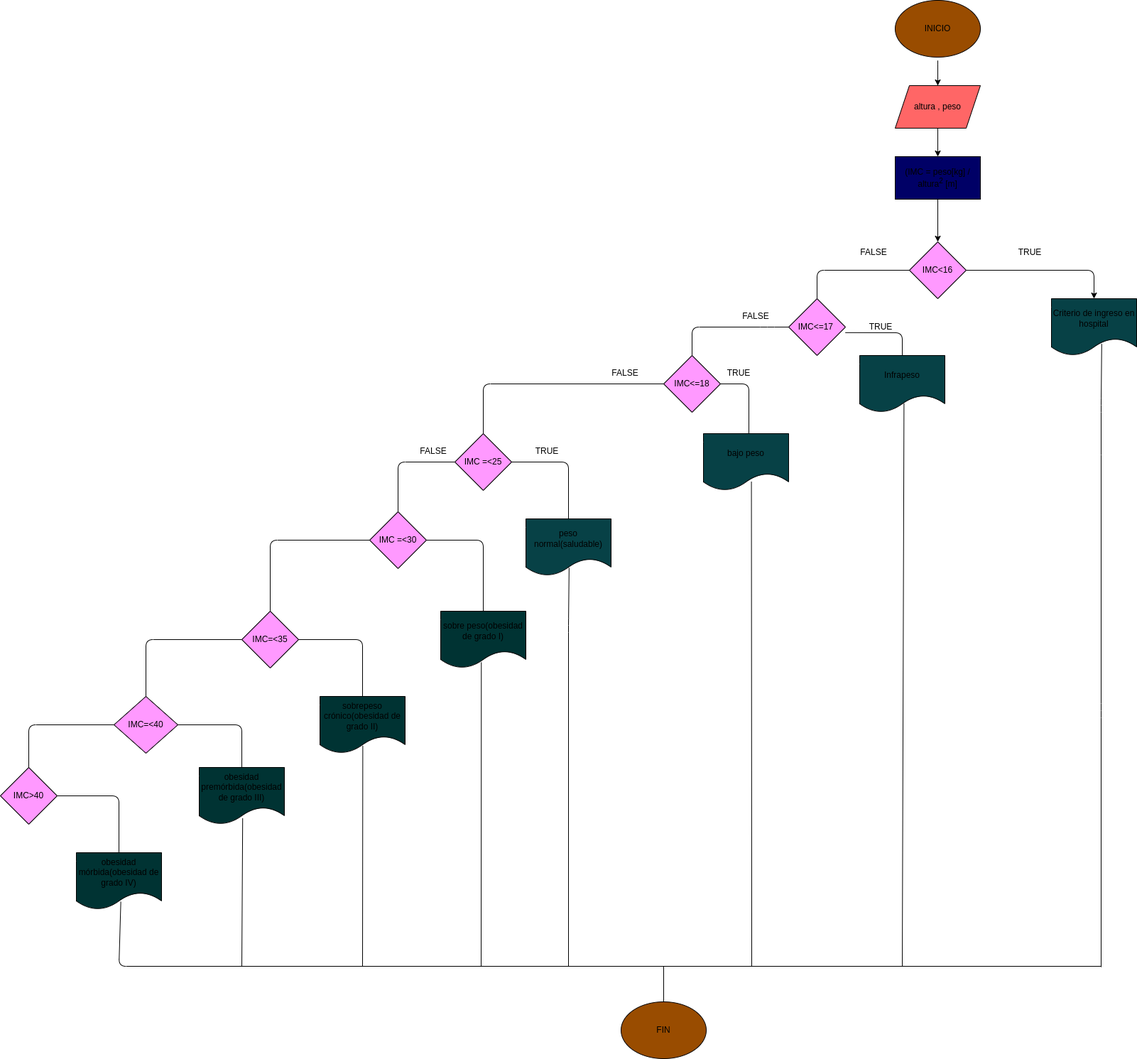
Before: ejercicio4/diagrama.png, a diagram exported from draw.io (3ngela27/taller_condicionales). Source tidied: cells renumbered, new cells last; positions are measured from the earlier drawing's top-left corner, leaving out a move shared by most shapes.
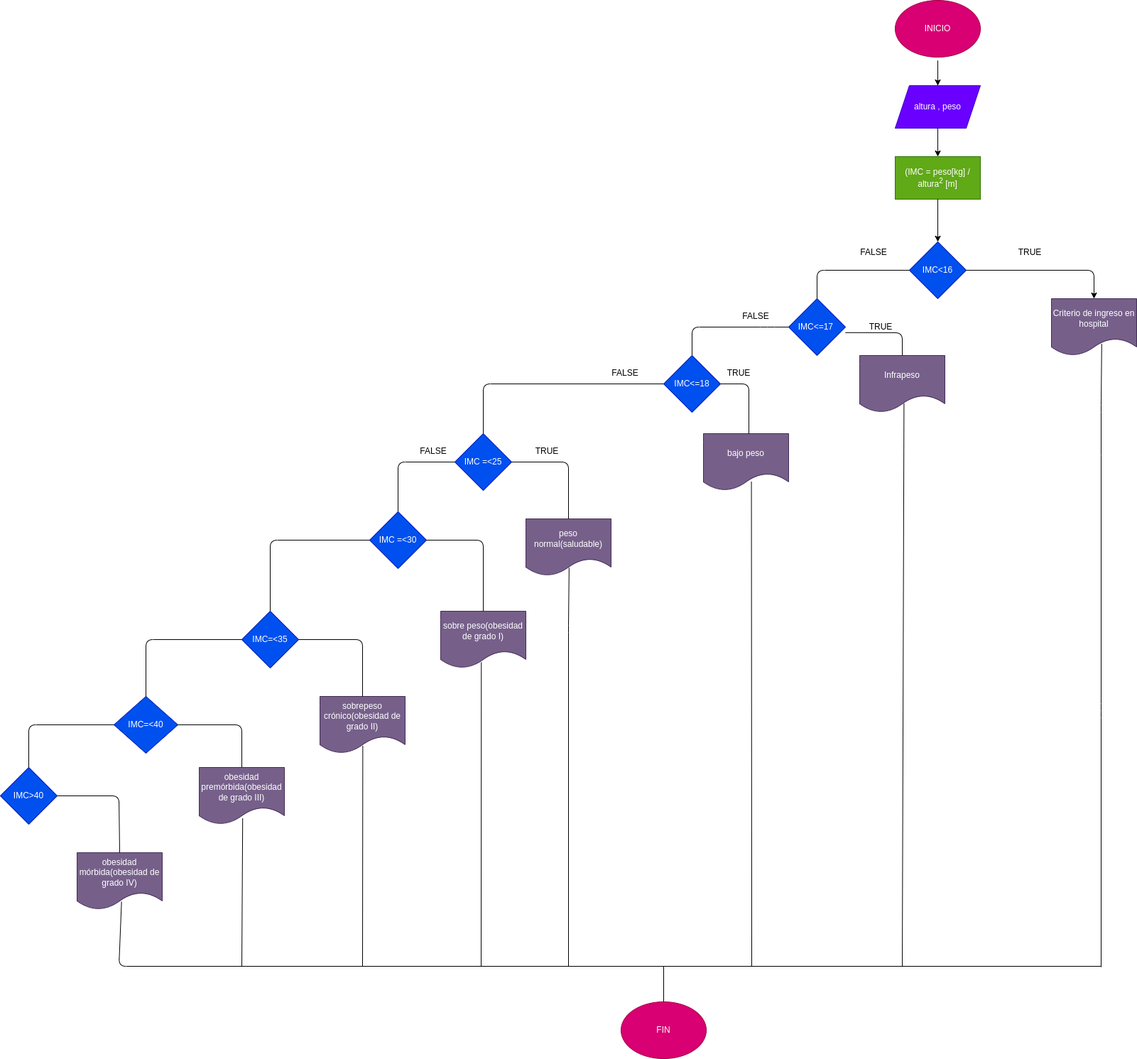
Later version of the same file.

Commit message:
se agrego el codigo python del programa

The edit, as a diff of the source:
```diff
@@ -10,19 +10,19 @@
         </Array>
       </mxGeometry>
     </mxCell>
-    <mxCell id="3" value="INICIO" style="ellipse;whiteSpace=wrap;html=1;fillColor=#994C00;" parent="1" vertex="1">
+    <mxCell id="3" value="INICIO" style="ellipse;whiteSpace=wrap;html=1;fillColor=#d80073;fontColor=#ffffff;strokeColor=#A50040;" parent="1" vertex="1">
       <mxGeometry x="1260" width="120" height="80" as="geometry" />
     </mxCell>
     <mxCell id="4" style="edgeStyle=none;html=1;" parent="1" edge="1" source="5" target="36">
       <mxGeometry relative="1" as="geometry" />
     </mxCell>
-    <mxCell id="5" value="altura , peso" style="shape=parallelogram;perimeter=parallelogramPerimeter;whiteSpace=wrap;html=1;fixedSize=1;fillColor=#FF6666;" parent="1" vertex="1">
+    <mxCell id="5" value="altura , peso" style="shape=parallelogram;perimeter=parallelogramPerimeter;whiteSpace=wrap;html=1;fixedSize=1;fillColor=#6a00ff;fontColor=#ffffff;strokeColor=#3700CC;" parent="1" vertex="1">
       <mxGeometry x="1260" y="120" width="120" height="60" as="geometry" />
     </mxCell>
-    <mxCell id="6" value="IMC&amp;lt;16" style="rhombus;whiteSpace=wrap;html=1;fillColor=#FF99FF;" parent="1" vertex="1">
+    <mxCell id="6" value="IMC&amp;lt;16" style="rhombus;whiteSpace=wrap;html=1;fillColor=#0050ef;fontColor=#ffffff;strokeColor=#001DBC;" parent="1" vertex="1">
       <mxGeometry x="1280" y="340" width="80" height="80" as="geometry" />
     </mxCell>
-    <mxCell id="7" value="IMC&amp;lt;=17&amp;nbsp;" style="rhombus;whiteSpace=wrap;html=1;fillColor=#FF99FF;" parent="1" vertex="1">
+    <mxCell id="7" value="IMC&amp;lt;=17&amp;nbsp;" style="rhombus;whiteSpace=wrap;html=1;fillColor=#0050ef;fontColor=#ffffff;strokeColor=#001DBC;" parent="1" vertex="1">
       <mxGeometry x="1110" y="420" width="80" height="80" as="geometry" />
     </mxCell>
     <mxCell id="8" style="endArrow=classic;html=1;exitX=1;exitY=0.5;exitDx=0;exitDy=0;entryX=0.5;entryY=0;entryDx=0;entryDy=0;" parent="1" edge="1" source="6" target="26">
@@ -45,7 +45,7 @@
     <mxCell id="11" value="TRUE" style="text;html=1;strokeColor=none;fillColor=none;align=center;verticalAlign=middle;whiteSpace=wrap;rounded=0;" parent="1" vertex="1">
       <mxGeometry x="1420" y="340" width="60" height="30" as="geometry" />
     </mxCell>
-    <mxCell id="12" value="IMC&amp;lt;=18" style="rhombus;whiteSpace=wrap;html=1;fillColor=#FF99FF;" parent="1" vertex="1">
+    <mxCell id="12" value="IMC&amp;lt;=18" style="rhombus;whiteSpace=wrap;html=1;fillColor=#0050ef;fontColor=#ffffff;strokeColor=#001DBC;" parent="1" vertex="1">
       <mxGeometry x="934" y="500" width="80" height="80" as="geometry" />
     </mxCell>
     <mxCell id="13" style="endArrow=none;html=1;exitX=0;exitY=0.5;exitDx=0;exitDy=0;entryX=0.5;entryY=0;entryDx=0;entryDy=0;" parent="1" edge="1" source="7" target="12">
@@ -56,7 +56,7 @@
         </Array>
       </mxGeometry>
     </mxCell>
-    <mxCell id="14" value="Infrapeso" style="shape=document;whiteSpace=wrap;html=1;boundedLbl=1;fillColor=#074146;" parent="1" vertex="1">
+    <mxCell id="14" value="Infrapeso" style="shape=document;whiteSpace=wrap;html=1;boundedLbl=1;fillColor=#76608a;fontColor=#ffffff;strokeColor=#432D57;" parent="1" vertex="1">
       <mxGeometry x="1210" y="500" width="120" height="80" as="geometry" />
     </mxCell>
     <mxCell id="15" style="endArrow=none;html=1;exitX=0.998;exitY=0.598;exitDx=0;exitDy=0;exitPerimeter=0;entryX=0.5;entryY=0;entryDx=0;entryDy=0;" parent="1" edge="1" source="7" target="14">
@@ -66,13 +66,13 @@
         </Array>
       </mxGeometry>
     </mxCell>
-    <mxCell id="16" value="IMC =&amp;lt;25" style="rhombus;whiteSpace=wrap;html=1;fillColor=#FF99FF;" parent="1" vertex="1">
+    <mxCell id="16" value="IMC =&amp;lt;25" style="rhombus;whiteSpace=wrap;html=1;fillColor=#0050ef;fontColor=#ffffff;strokeColor=#001DBC;" parent="1" vertex="1">
       <mxGeometry x="640" y="610" width="80" height="80" as="geometry" />
     </mxCell>
-    <mxCell id="17" value="bajo peso" style="shape=document;whiteSpace=wrap;html=1;boundedLbl=1;fillColor=#074146;" parent="1" vertex="1">
+    <mxCell id="17" value="bajo peso" style="shape=document;whiteSpace=wrap;html=1;boundedLbl=1;fillColor=#76608a;fontColor=#ffffff;strokeColor=#432D57;" parent="1" vertex="1">
       <mxGeometry x="990" y="610" width="120" height="80" as="geometry" />
     </mxCell>
-    <mxCell id="18" value="peso normal(saludable)" style="shape=document;whiteSpace=wrap;html=1;boundedLbl=1;fillColor=#074146;" parent="1" vertex="1">
+    <mxCell id="18" value="peso normal(saludable)" style="shape=document;whiteSpace=wrap;html=1;boundedLbl=1;fillColor=#76608a;fontColor=#ffffff;strokeColor=#432D57;" parent="1" vertex="1">
       <mxGeometry x="740" y="730" width="120" height="80" as="geometry" />
     </mxCell>
     <mxCell id="19" style="endArrow=none;html=1;exitX=0.5;exitY=0;exitDx=0;exitDy=0;entryX=0;entryY=0.5;entryDx=0;entryDy=0;" parent="1" edge="1" source="16" target="12">
@@ -123,7 +123,7 @@
         <mxPoint x="1270" y="1360" as="targetPoint" />
       </mxGeometry>
     </mxCell>
-    <mxCell id="26" value="Criterio de ingreso en hospital" style="shape=document;whiteSpace=wrap;html=1;boundedLbl=1;fillColor=#074146;" parent="1" vertex="1">
+    <mxCell id="26" value="Criterio de ingreso en hospital" style="shape=document;whiteSpace=wrap;html=1;boundedLbl=1;fillColor=#76608a;fontColor=#ffffff;strokeColor=#432D57;" parent="1" vertex="1">
       <mxGeometry x="1480" y="420" width="120" height="80" as="geometry" />
     </mxCell>
     <mxCell id="27" style="endArrow=none;html=1;entryX=0.59;entryY=0.798;entryDx=0;entryDy=0;entryPerimeter=0;" parent="1" edge="1" target="26">
@@ -143,7 +143,7 @@
         </Array>
       </mxGeometry>
     </mxCell>
-    <mxCell id="29" value="FIN" style="ellipse;whiteSpace=wrap;html=1;fillColor=#994C00;" parent="1" vertex="1">
+    <mxCell id="29" value="FIN" style="ellipse;whiteSpace=wrap;html=1;fillColor=#d80073;fontColor=#ffffff;strokeColor=#A50040;" parent="1" vertex="1">
       <mxGeometry x="874" y="1410" width="120" height="80" as="geometry" />
     </mxCell>
     <mxCell id="30" value="FALSE" style="text;html=1;strokeColor=none;fillColor=none;align=center;verticalAlign=middle;whiteSpace=wrap;rounded=0;" parent="1" vertex="1">
@@ -164,35 +164,35 @@
     <mxCell id="35" value="TRUE" style="text;html=1;strokeColor=none;fillColor=none;align=center;verticalAlign=middle;whiteSpace=wrap;rounded=0;" parent="1" vertex="1">
       <mxGeometry x="740" y="620" width="60" height="30" as="geometry" />
     </mxCell>
-    <mxCell id="36" value="(IMC = peso[kg] / altura&lt;sup&gt;2&lt;/sup&gt; [m]" style="rounded=0;whiteSpace=wrap;html=1;fillColor=#000066;" parent="1" vertex="1">
+    <mxCell id="36" value="(IMC = peso[kg] / altura&lt;sup&gt;2&lt;/sup&gt; [m]" style="rounded=0;whiteSpace=wrap;html=1;fillColor=#60a917;fontColor=#ffffff;strokeColor=#2D7600;" parent="1" vertex="1">
       <mxGeometry x="1260" y="220" width="120" height="60" as="geometry" />
     </mxCell>
     <mxCell id="37" style="edgeStyle=none;html=1;" parent="1" edge="1" source="36" target="6">
       <mxGeometry relative="1" as="geometry" />
     </mxCell>
-    <mxCell id="38" value="IMC =&amp;lt;30" style="rhombus;whiteSpace=wrap;html=1;fillColor=#FF99FF;" parent="1" vertex="1">
+    <mxCell id="38" value="IMC =&amp;lt;30" style="rhombus;whiteSpace=wrap;html=1;fillColor=#0050ef;fontColor=#ffffff;strokeColor=#001DBC;" parent="1" vertex="1">
       <mxGeometry x="520" y="720" width="80" height="80" as="geometry" />
     </mxCell>
-    <mxCell id="39" value="sobre peso(obesidad de grado I)" style="shape=document;whiteSpace=wrap;html=1;boundedLbl=1;fillColor=#003333;" parent="1" vertex="1">
+    <mxCell id="39" value="sobre peso(obesidad de grado I)" style="shape=document;whiteSpace=wrap;html=1;boundedLbl=1;fillColor=#76608a;fontColor=#ffffff;strokeColor=#432D57;" parent="1" vertex="1">
       <mxGeometry x="620" y="860" width="120" height="80" as="geometry" />
     </mxCell>
-    <mxCell id="40" value="IMC=&amp;lt;35" style="rhombus;whiteSpace=wrap;html=1;fillColor=#FF99FF;" parent="1" vertex="1">
+    <mxCell id="40" value="IMC=&amp;lt;35" style="rhombus;whiteSpace=wrap;html=1;fillColor=#0050ef;fontColor=#ffffff;strokeColor=#001DBC;" parent="1" vertex="1">
       <mxGeometry x="340" y="860" width="80" height="80" as="geometry" />
     </mxCell>
-    <mxCell id="41" value="sobrepeso crónico(obesidad de grado II)" style="shape=document;whiteSpace=wrap;html=1;boundedLbl=1;fillColor=#003333;" parent="1" vertex="1">
+    <mxCell id="41" value="sobrepeso crónico(obesidad de grado II)" style="shape=document;whiteSpace=wrap;html=1;boundedLbl=1;fillColor=#76608a;fontColor=#ffffff;strokeColor=#432D57;" parent="1" vertex="1">
       <mxGeometry x="450" y="980" width="120" height="80" as="geometry" />
     </mxCell>
-    <mxCell id="42" value="IMC=&amp;lt;40" style="rhombus;whiteSpace=wrap;html=1;fillColor=#FF99FF;" parent="1" vertex="1">
+    <mxCell id="42" value="IMC=&amp;lt;40" style="rhombus;whiteSpace=wrap;html=1;fillColor=#0050ef;fontColor=#ffffff;strokeColor=#001DBC;" parent="1" vertex="1">
       <mxGeometry x="160" y="980" width="90" height="80" as="geometry" />
     </mxCell>
-    <mxCell id="43" value="obesidad premórbida(obesidad de grado III)" style="shape=document;whiteSpace=wrap;html=1;boundedLbl=1;fillColor=#003333;" parent="1" vertex="1">
+    <mxCell id="43" value="obesidad premórbida(obesidad de grado III)" style="shape=document;whiteSpace=wrap;html=1;boundedLbl=1;fillColor=#76608a;fontColor=#ffffff;strokeColor=#432D57;" parent="1" vertex="1">
       <mxGeometry x="280" y="1080" width="120" height="80" as="geometry" />
     </mxCell>
-    <mxCell id="44" value="IMC&amp;gt;40" style="rhombus;whiteSpace=wrap;html=1;fillColor=#FF99FF;" parent="1" vertex="1">
+    <mxCell id="44" value="IMC&amp;gt;40" style="rhombus;whiteSpace=wrap;html=1;fillColor=#0050ef;fontColor=#ffffff;strokeColor=#001DBC;" parent="1" vertex="1">
       <mxGeometry y="1080" width="80" height="80" as="geometry" />
     </mxCell>
-    <mxCell id="45" value="obesidad mórbida(obesidad de grado IV)" style="shape=document;whiteSpace=wrap;html=1;boundedLbl=1;fillColor=#003333;" parent="1" vertex="1">
-      <mxGeometry x="107" y="1200" width="120" height="80" as="geometry" />
+    <mxCell id="45" value="obesidad mórbida(obesidad de grado IV)" style="shape=document;whiteSpace=wrap;html=1;boundedLbl=1;fillColor=#76608a;fontColor=#ffffff;strokeColor=#432D57;" parent="1" vertex="1">
+      <mxGeometry x="108" y="1200" width="120" height="80" as="geometry" />
     </mxCell>
     <mxCell id="46" style="endArrow=none;html=1;entryX=1;entryY=0.5;entryDx=0;entryDy=0;exitX=0.5;exitY=0;exitDx=0;exitDy=0;" parent="1" edge="1" source="39" target="38">
       <mxGeometry relative="1" as="geometry">
```
